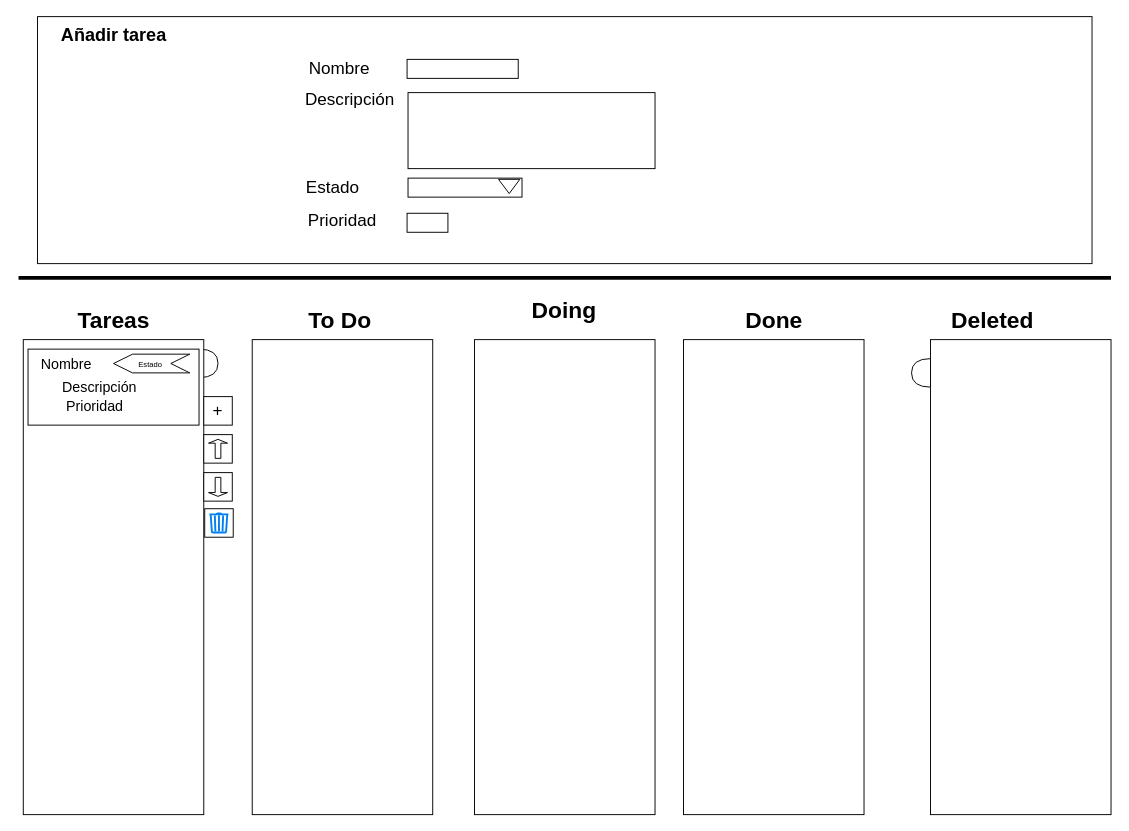
Before: maquetacion.drawio in MarioQuerolAmondarain/todo-list, a draw.io diagram. Source tidied: cells renumbered, new cells numbered last; positions are measured from the earlier drawing's top-left corner, leaving out a move shared by most shapes. Both pictures are drawn from the tidied source at 95%, with x=0, y=0 at pixel (18, 16).
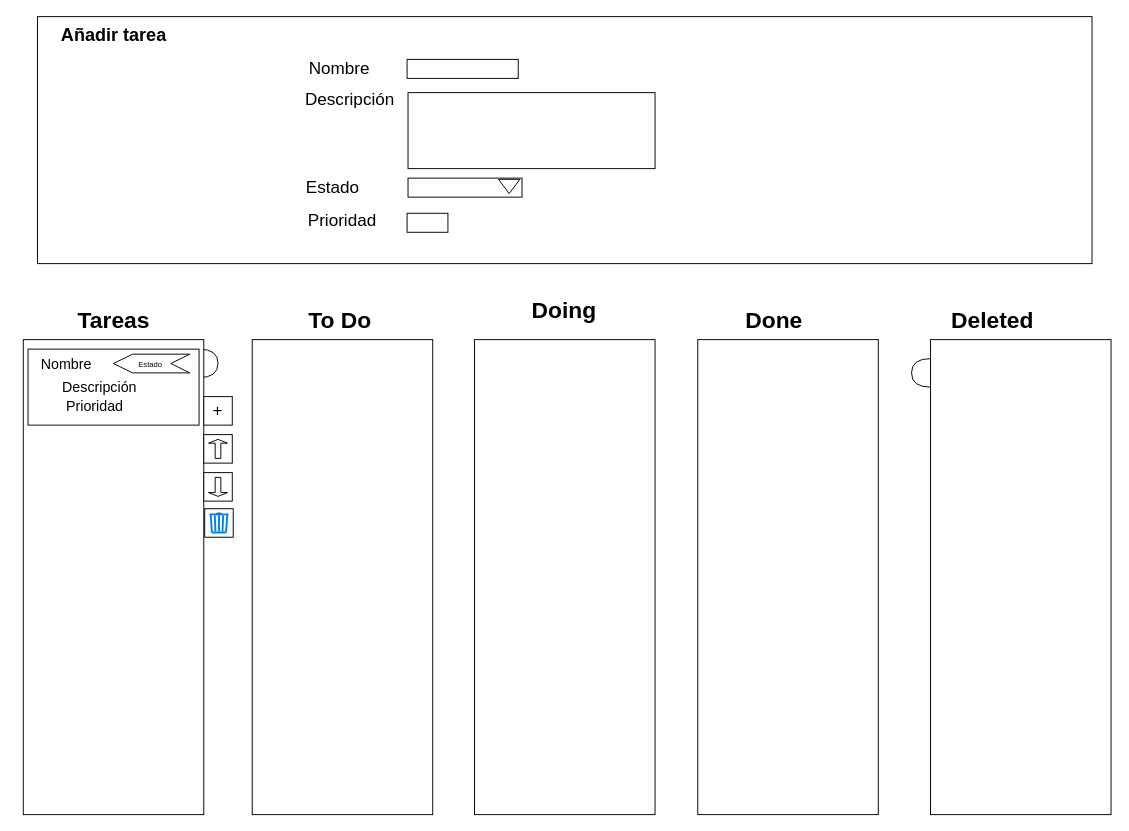
The same diagram, later.

Diff of the diagram source:
```diff
@@
-    <mxCell id="3" style="line;strokeWidth=4;html=1;perimeter=backbonePerimeter;" parent="1" vertex="1">
-      <mxGeometry y="270" width="1150" height="10" as="geometry" />
-    </mxCell>
@@
     <mxCell id="22" style="rounded=0;whiteSpace=wrap;html=1;fontSize=18;" parent="1" vertex="1">
-      <mxGeometry x="700" y="340" width="190" height="500" as="geometry" />
+      <mxGeometry x="715" y="340" width="190" height="500" as="geometry" />
     </mxCell>
```
